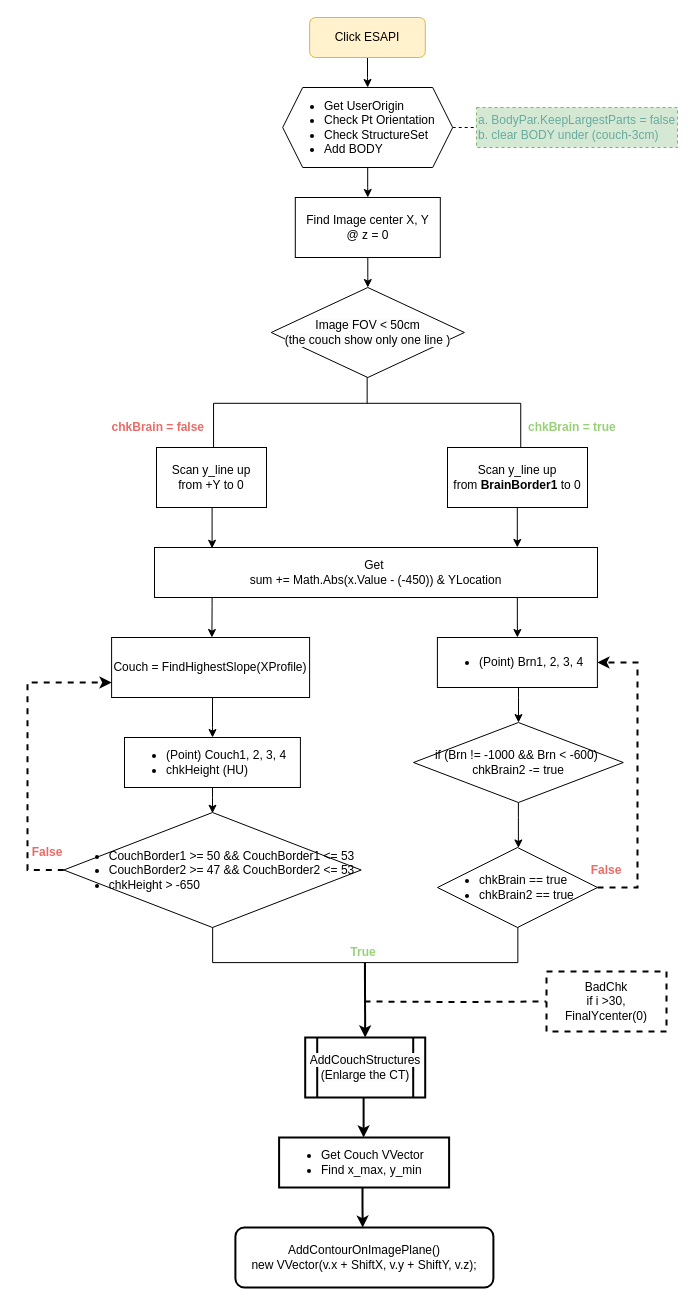
Earlier version of the draw.io diagram CouchPhoton_Process.drawio (eatingwu1009/CouchInsert). Source tidied: cells renumbered, new cells numbered last; positions are measured from the earlier drawing's top-left corner, leaving out a move shared by most shapes. Both pictures are drawn from the tidied source at 100%, with x=0, y=0 at pixel (17, 17).
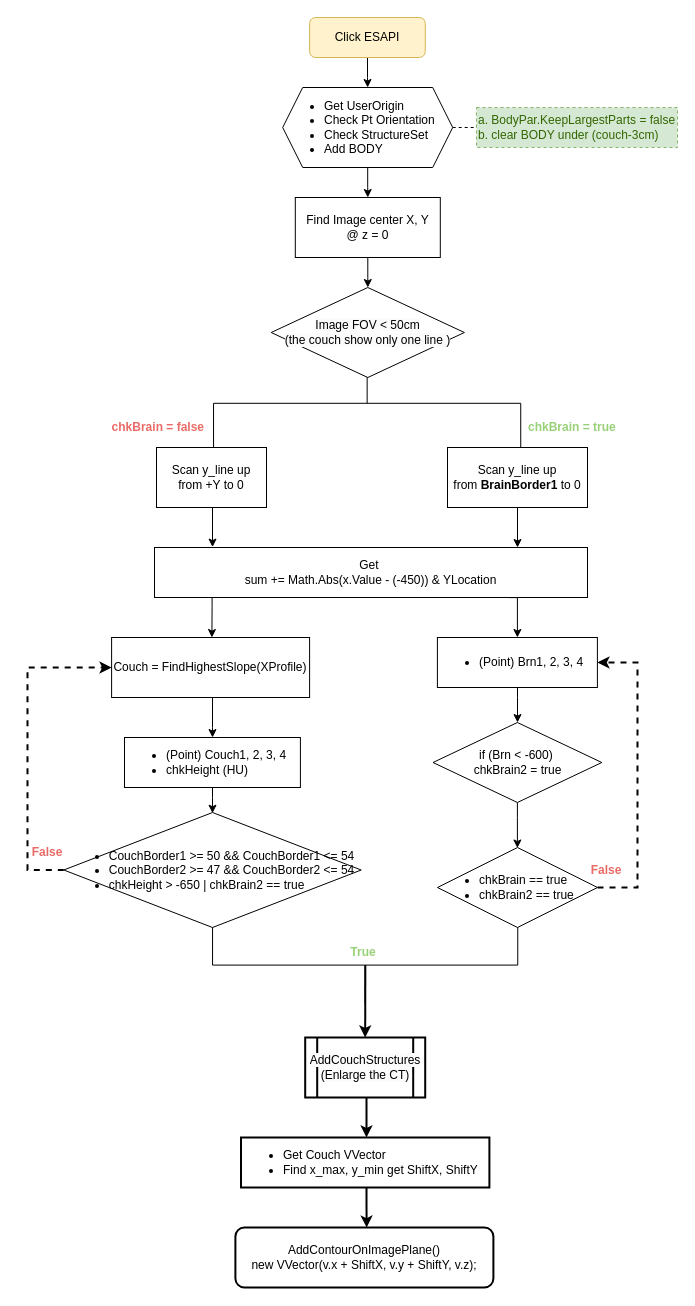
The same page after the edit.

The change refers to these unchanged cells:
```xml
<mxCell id="8" value="Scan y_line up &lt;br&gt;from +Y to 0" style="rounded=0;whiteSpace=wrap;html=1;" parent="1" vertex="1">
  <mxGeometry x="139" y="430" width="110" height="60" as="geometry" />
</mxCell>
<mxCell id="12" value="Scan y_line up &lt;br&gt;from &lt;b&gt;BrainBorder1&lt;/b&gt; to 0" style="rounded=0;whiteSpace=wrap;html=1;" parent="1" vertex="1">
  <mxGeometry x="430" y="430" width="140" height="60" as="geometry" />
</mxCell>
<mxCell id="24" value="Couch = FindHighestSlope(XProfile)" style="whiteSpace=wrap;html=1;rounded=0;" parent="1" vertex="1">
  <mxGeometry x="94.1" y="620" width="198" height="60" as="geometry" />
</mxCell>
<mxCell id="29" value="&lt;ul&gt;&lt;li&gt;(Point)&amp;nbsp;Brn1, 2, 3, 4&amp;nbsp;&lt;/li&gt;&lt;/ul&gt;" style="rounded=0;whiteSpace=wrap;html=1;align=left;" parent="1" vertex="1">
  <mxGeometry x="419.9" y="620" width="160" height="50" as="geometry" />
</mxCell>
<mxCell id="31" value="&lt;ul&gt;&lt;li&gt;&lt;span style=&quot;background-color: initial;&quot;&gt;chkBrain == true&lt;/span&gt;&lt;/li&gt;&lt;li&gt;chkBrain2 == true&lt;/li&gt;&lt;/ul&gt;" style="rhombus;whiteSpace=wrap;html=1;rounded=0;align=left;" parent="1" vertex="1">
  <mxGeometry x="420" y="830" width="160" height="80" as="geometry" />
</mxCell>
<mxCell id="39" value="True" style="text;html=1;strokeColor=none;fillColor=none;align=center;verticalAlign=middle;whiteSpace=wrap;rounded=0;fontColor=#97D077;fontStyle=1;" parent="1" vertex="1">
  <mxGeometry x="315.9" y="920" width="60" height="30" as="geometry" />
</mxCell>
```

The edit, as a diff of the source:
```diff
@@
-    <mxCell id="7" style="edgeStyle=orthogonalEdgeStyle;rounded=0;jettySize=auto;html=1;entryX=0.13;entryY=0.015;entryDx=0;entryDy=0;entryPerimeter=0;exitX=0.533;exitY=0.99;exitDx=0;exitDy=0;exitPerimeter=0;" parent="1" edge="1" source="8" target="15">
+    <mxCell id="7" style="edgeStyle=orthogonalEdgeStyle;rounded=0;jettySize=auto;html=1;entryX=0.134;entryY=-0.008;entryDx=0;entryDy=0;entryPerimeter=0;exitX=0.533;exitY=0.99;exitDx=0;exitDy=0;exitPerimeter=0;" parent="1" edge="1" source="8" target="15">
       <mxGeometry relative="1" as="geometry">
         <Array as="points">
           <mxPoint x="195" y="489" />
         </Array>
       </mxGeometry>
     </mxCell>
@@
-    <mxCell id="11" style="edgeStyle=orthogonalEdgeStyle;rounded=0;jettySize=auto;html=1;entryX=0.819;entryY=-0.001;entryDx=0;entryDy=0;entryPerimeter=0;exitX=0.551;exitY=1;exitDx=0;exitDy=0;exitPerimeter=0;" parent="1" edge="1" source="12" target="15">
+    <mxCell id="11" style="edgeStyle=orthogonalEdgeStyle;rounded=0;jettySize=auto;html=1;exitX=0.551;exitY=1;exitDx=0;exitDy=0;exitPerimeter=0;" parent="1" edge="1" source="12" target="15">
       <mxGeometry relative="1" as="geometry">
         <Array as="points">
           <mxPoint x="500" y="490" />
-          <mxPoint x="500" y="529" />
-          <mxPoint x="500" y="529" />
         </Array>
       </mxGeometry>
     </mxCell>
@@
-    <mxCell id="13" style="edgeStyle=orthogonalEdgeStyle;rounded=0;jettySize=auto;html=1;exitX=0.13;exitY=1.004;exitDx=0;exitDy=0;exitPerimeter=0;entryX=0.31;entryY=0;entryDx=0;entryDy=0;entryPerimeter=0;" parent="1" edge="1" source="15">
+    <mxCell id="13" style="edgeStyle=orthogonalEdgeStyle;rounded=0;jettySize=auto;html=1;exitX=0.133;exitY=0.998;exitDx=0;exitDy=0;exitPerimeter=0;entryX=0.31;entryY=0;entryDx=0;entryDy=0;entryPerimeter=0;" parent="1" edge="1" source="15">
       <mxGeometry relative="1" as="geometry">
         <mxPoint x="194.4" y="620" as="targetPoint" />
         <Array as="points">
           <mxPoint x="195" y="589" />
           <mxPoint x="194" y="589" />
         </Array>
       </mxGeometry>
     </mxCell>
     <mxCell id="14" style="edgeStyle=orthogonalEdgeStyle;rounded=0;jettySize=auto;html=1;entryX=0.5;entryY=0;entryDx=0;entryDy=0;exitX=0.819;exitY=1.002;exitDx=0;exitDy=0;exitPerimeter=0;" parent="1" edge="1" source="15" target="29">
-      <mxGeometry relative="1" as="geometry" />
+      <mxGeometry relative="1" as="geometry">
+        <Array as="points">
+          <mxPoint x="500" y="580" />
+        </Array>
+      </mxGeometry>
     </mxCell>
     <mxCell id="15" value="Get&amp;nbsp;&lt;br&gt;sum += Math.Abs(x.Value - (-450)) &amp;amp; YLocation" style="rounded=0;whiteSpace=wrap;html=1;" parent="1" vertex="1">
-      <mxGeometry x="137" y="530" width="443" height="50" as="geometry" />
+      <mxGeometry x="137" y="530" width="433" height="50" as="geometry" />
     </mxCell>
     <mxCell id="16" style="strokeWidth=1;html=1;shape=mxgraph.flowchart.annotation_2;align=left;labelPosition=right;rotation=-90;" parent="1" vertex="1">
-      <mxGeometry x="308.3" y="792.5" width="78.9" height="305.2" as="geometry" />
+      <mxGeometry x="308.2" y="795" width="78.9" height="305.2" as="geometry" />
     </mxCell>
@@
-    <mxCell id="20" style="edgeStyle=orthogonalEdgeStyle;rounded=0;jettySize=auto;html=1;" parent="1" edge="1" source="22" target="31">
+    <mxCell id="20" style="edgeStyle=orthogonalEdgeStyle;rounded=0;orthogonalLoop=1;jettySize=auto;html=1;" parent="1" edge="1">
       <mxGeometry relative="1" as="geometry">
+        <mxPoint x="499.9" y="785" as="sourcePoint" />
+        <mxPoint x="499.9" y="830.5" as="targetPoint" />
         <Array as="points">
-          <mxPoint x="501" y="800" />
-          <mxPoint x="501" y="800" />
+          <mxPoint x="500" y="800" />
+          <mxPoint x="500" y="800" />
         </Array>
       </mxGeometry>
     </mxCell>
-    <mxCell id="21" style="edgeStyle=orthogonalEdgeStyle;rounded=0;jettySize=auto;html=1;dashed=1;startArrow=none;startFill=0;endArrow=none;endFill=0;entryX=0;entryY=0.5;entryDx=0;entryDy=0;strokeWidth=2;" parent="1" edge="1" target="42">
-      <mxGeometry relative="1" as="geometry">
-        <mxPoint x="347" y="984" as="sourcePoint" />
-      </mxGeometry>
-    </mxCell>
-    <mxCell id="22" value="if (Brn != -1000 &amp;amp;&amp;amp; Brn &amp;lt; -600)&amp;nbsp; chkBrain2 -= true" style="rhombus;whiteSpace=wrap;html=1;align=center;rounded=0;verticalAlign=middle;" parent="1" vertex="1">
-      <mxGeometry x="396" y="705" width="209.8" height="80" as="geometry" />
+    <mxCell id="22" value="if (Brn &amp;lt; -600)&amp;nbsp; &lt;br&gt;chkBrain2 = true" style="rhombus;whiteSpace=wrap;html=1;align=center;rounded=0;verticalAlign=middle;" parent="1" vertex="1">
+      <mxGeometry x="415.5" y="705" width="168.8" height="80" as="geometry" />
     </mxCell>
@@
-    <mxCell id="25" style="edgeStyle=orthogonalEdgeStyle;rounded=0;jettySize=auto;html=1;entryX=0;entryY=0.75;entryDx=0;entryDy=0;dashed=1;strokeWidth=2;" parent="1" edge="1" source="26" target="24">
+    <mxCell id="25" style="edgeStyle=orthogonalEdgeStyle;rounded=0;jettySize=auto;html=1;entryX=0;entryY=0.5;entryDx=0;entryDy=0;dashed=1;strokeWidth=2;" parent="1" edge="1" source="26" target="24">
       <mxGeometry relative="1" as="geometry">
         <Array as="points">
-          <mxPoint x="10" y="853" />
-          <mxPoint x="10" y="665" />
+          <mxPoint x="10" y="852" />
+          <mxPoint x="10" y="650" />
         </Array>
       </mxGeometry>
     </mxCell>
-    <mxCell id="26" value="&lt;div style=&quot;text-align: left;&quot;&gt;&lt;ul&gt;&lt;li&gt;&lt;span style=&quot;background-color: initial;&quot;&gt;CouchBorder1 &amp;gt;= 50 &amp;amp;&amp;amp; CouchBorder1 &amp;lt;= 53&lt;/span&gt;&lt;/li&gt;&lt;li&gt;&lt;span style=&quot;background-color: initial;&quot;&gt;CouchBorder2 &amp;gt;= 47 &amp;amp;&amp;amp; CouchBorder2 &amp;lt;= 53&lt;br&gt;&lt;/span&gt;&lt;/li&gt;&lt;li&gt;&lt;span style=&quot;background-color: initial;&quot;&gt;chkHeight &amp;gt; -650&lt;/span&gt;&lt;/li&gt;&lt;/ul&gt;&lt;/div&gt;" style="rhombus;whiteSpace=wrap;html=1;rounded=0;" parent="1" vertex="1">
+    <mxCell id="26" value="&lt;div style=&quot;text-align: left;&quot;&gt;&lt;ul&gt;&lt;li&gt;&lt;span style=&quot;background-color: initial;&quot;&gt;CouchBorder1 &amp;gt;= 50 &amp;amp;&amp;amp; CouchBorder1 &amp;lt;= 54&lt;/span&gt;&lt;/li&gt;&lt;li&gt;&lt;span style=&quot;background-color: initial;&quot;&gt;CouchBorder2 &amp;gt;= 47 &amp;amp;&amp;amp; CouchBorder2 &amp;lt;= 54&lt;br&gt;&lt;/span&gt;&lt;/li&gt;&lt;li&gt;&lt;span style=&quot;background-color: initial;&quot;&gt;chkHeight &amp;gt; -650 | chkBrain2 == true&lt;/span&gt;&lt;/li&gt;&lt;/ul&gt;&lt;/div&gt;" style="rhombus;whiteSpace=wrap;html=1;rounded=0;" parent="1" vertex="1">
       <mxGeometry x="46.3" y="795" width="297.4" height="115" as="geometry" />
     </mxCell>
-    <mxCell id="27" style="edgeStyle=orthogonalEdgeStyle;rounded=0;jettySize=auto;html=1;strokeWidth=2;" parent="1" edge="1" target="34">
+    <mxCell id="27" style="edgeStyle=orthogonalEdgeStyle;rounded=0;orthogonalLoop=1;jettySize=auto;html=1;strokeWidth=2;" parent="1" edge="1">
       <mxGeometry relative="1" as="geometry">
-        <mxPoint x="346.1" y="1075" as="sourcePoint" />
+        <mxPoint x="345.1" y="1075" as="sourcePoint" />
+        <mxPoint x="349" y="1120" as="targetPoint" />
         <Array as="points">
-          <mxPoint x="345.9" y="1110" />
-          <mxPoint x="345.9" y="1110" />
+          <mxPoint x="349" y="1075" />
         </Array>
       </mxGeometry>
     </mxCell>
-    <mxCell id="28" style="edgeStyle=orthogonalEdgeStyle;rounded=0;jettySize=auto;html=1;" parent="1" edge="1" source="29" target="22">
+    <mxCell id="28" style="edgeStyle=orthogonalEdgeStyle;rounded=0;orthogonalLoop=1;jettySize=auto;html=1;" parent="1" edge="1">
       <mxGeometry relative="1" as="geometry">
+        <mxPoint x="500" y="670" as="sourcePoint" />
+        <mxPoint x="500" y="705" as="targetPoint" />
         <Array as="points">
-          <mxPoint x="501" y="680" />
-          <mxPoint x="501" y="680" />
+          <mxPoint x="500" y="680" />
+          <mxPoint x="500" y="680" />
         </Array>
       </mxGeometry>
     </mxCell>
@@
-    <mxCell id="32" style="endArrow=classic;html=1;rounded=0;exitX=0.496;exitY=0.499;exitDx=0;exitDy=0;exitPerimeter=0;entryX=0.5;entryY=0;entryDx=0;entryDy=0;strokeWidth=2;" parent="1" edge="1">
+    <mxCell id="32" style="endArrow=classic;html=1;rounded=0;exitX=0.532;exitY=0.924;exitDx=0;exitDy=0;exitPerimeter=0;entryX=0.5;entryY=0;entryDx=0;entryDy=0;strokeWidth=2;" parent="1" edge="1" source="39">
       <mxGeometry relative="1" as="geometry">
-        <mxPoint x="347.4" y="945.4" as="sourcePoint" />
         <mxPoint x="347.7" y="1020" as="targetPoint" />
       </mxGeometry>
     </mxCell>
     <mxCell id="33" style="edgeStyle=orthogonalEdgeStyle;rounded=0;orthogonalLoop=1;jettySize=auto;html=1;entryX=0.493;entryY=0.002;entryDx=0;entryDy=0;entryPerimeter=0;strokeWidth=2;" parent="1" edge="1">
       <mxGeometry relative="1" as="geometry">
-        <mxPoint x="345" y="1170" as="sourcePoint" />
-        <mxPoint x="345.2" y="1210.1" as="targetPoint" />
+        <mxPoint x="349" y="1170" as="sourcePoint" />
+        <mxPoint x="349.2" y="1210.1" as="targetPoint" />
         <Array as="points">
-          <mxPoint x="344.9" y="1190" />
-          <mxPoint x="344.9" y="1190" />
+          <mxPoint x="349" y="1190" />
+          <mxPoint x="349" y="1190" />
         </Array>
       </mxGeometry>
     </mxCell>
-    <mxCell id="34" value="&lt;ul&gt;&lt;li style=&quot;&quot;&gt;Get Couch VVector&lt;/li&gt;&lt;li style=&quot;&quot;&gt;Find x_max, y_min&lt;/li&gt;&lt;/ul&gt;" style="rounded=0;whiteSpace=wrap;html=1;align=left;strokeWidth=2;" parent="1" vertex="1">
-      <mxGeometry x="261.6" y="1120" width="170" height="50" as="geometry" />
+    <mxCell id="34" value="&lt;ul&gt;&lt;li style=&quot;&quot;&gt;Get Couch VVector&lt;/li&gt;&lt;li style=&quot;&quot;&gt;Find x_max, y_min get ShiftX, ShiftY&lt;/li&gt;&lt;/ul&gt;" style="rounded=0;whiteSpace=wrap;html=1;align=left;strokeWidth=2;" parent="1" vertex="1">
+      <mxGeometry x="223.5" y="1120" width="248.4" height="50" as="geometry" />
     </mxCell>
@@
-    <mxCell id="42" value="BadChk &lt;br&gt;if i &amp;gt;30, FinalYcenter(0)" style="rounded=0;whiteSpace=wrap;html=1;dashed=1;strokeWidth=2;" parent="1" vertex="1">
-      <mxGeometry x="529" y="954" width="120" height="60" as="geometry" />
-    </mxCell>
@@
-    <mxCell id="44" value="&lt;span style=&quot;background-color: initial;&quot;&gt;a. BodyPar.KeepLargestParts = false&lt;/span&gt;&lt;br&gt;&lt;span style=&quot;background-color: initial;&quot;&gt;b. clear BODY under (couch-3cm)&amp;nbsp;&lt;/span&gt;" style="rounded=0;whiteSpace=wrap;html=1;dashed=1;strokeWidth=1;align=left;fillColor=#d5e8d4;strokeColor=#82b366;fontColor=#67AB9F;" parent="1" vertex="1">
+    <mxCell id="44" value="&lt;span style=&quot;background-color: initial;&quot;&gt;a. BodyPar.KeepLargestParts = false&lt;/span&gt;&lt;br&gt;&lt;span style=&quot;background-color: initial;&quot;&gt;b. clear BODY under (couch-3cm)&amp;nbsp;&lt;/span&gt;" style="rounded=0;whiteSpace=wrap;html=1;dashed=1;strokeWidth=1;align=left;fillColor=#d5e8d4;strokeColor=#82b366;fontColor=#336600;" parent="1" vertex="1">
       <mxGeometry x="459" y="90" width="201" height="40" as="geometry" />
     </mxCell>
```
